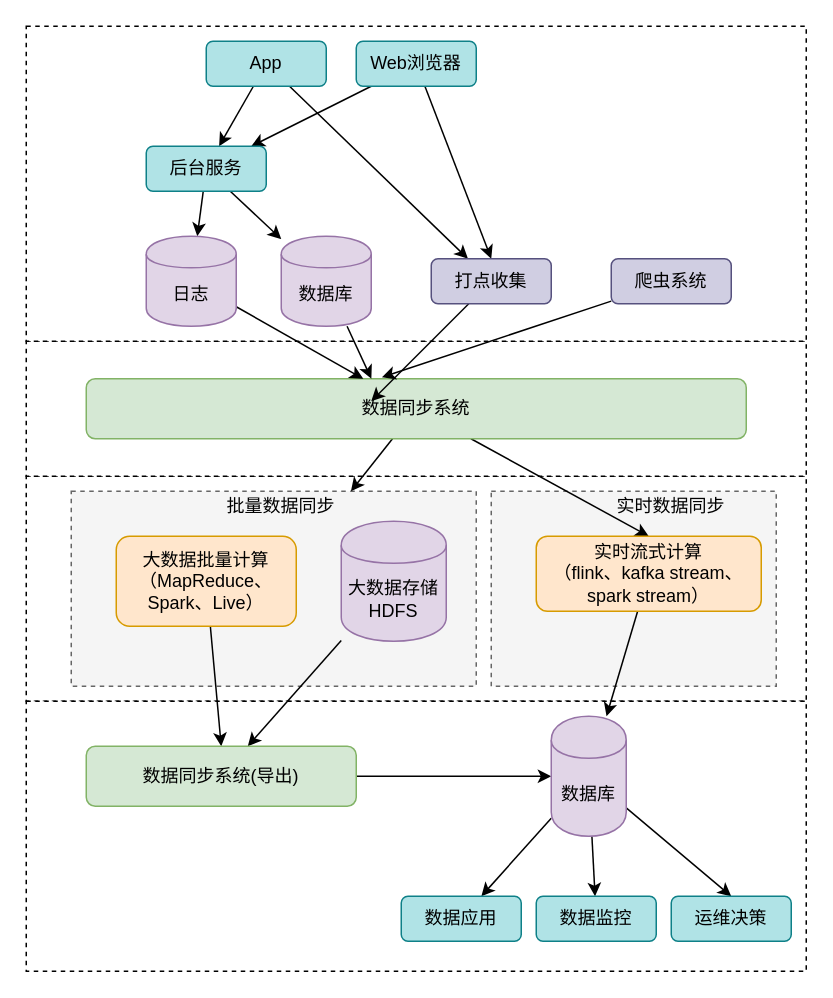
The draw.io diagram 大数据.drawio in shirdey/Document, before the edit. Source tidied: cells renumbered, new cells numbered last; positions are measured from the earlier drawing's top-left corner, leaving out a move shared by most shapes. Both pictures are drawn from the tidied source at 150%, with x=0, y=0 at pixel (26, 26).
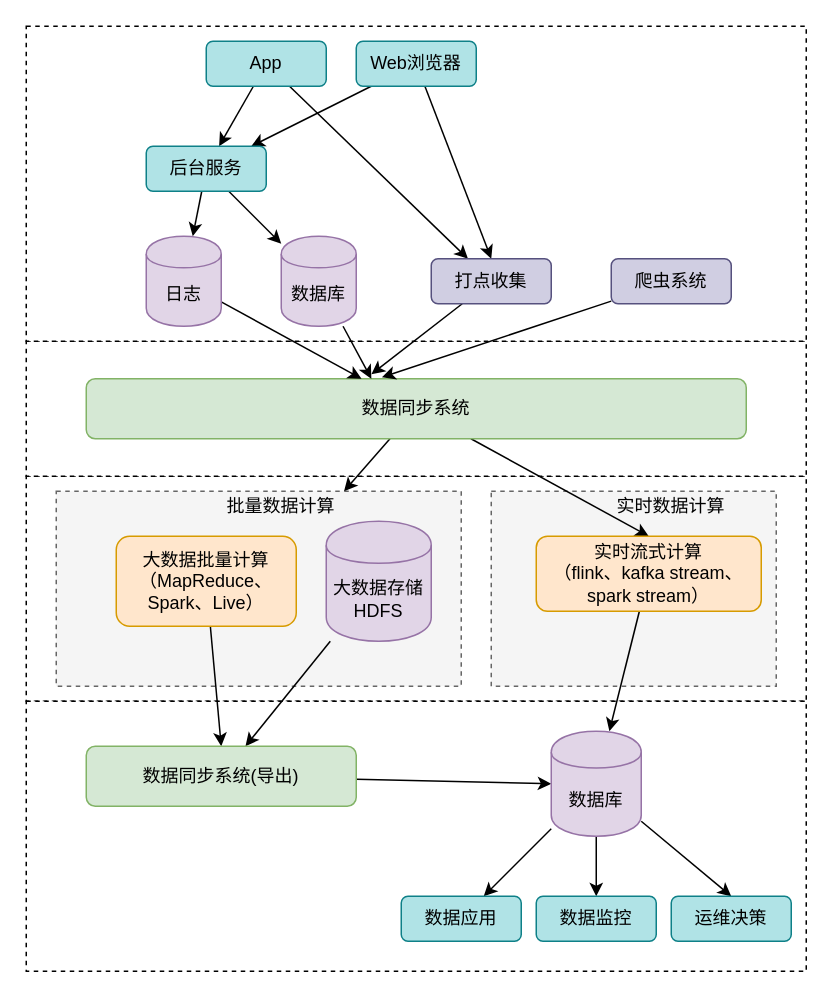
The same page after the edit.

The change refers to these unchanged cells:
```xml
<mxCell id="10" value="数据同步系统" style="rounded=1;whiteSpace=wrap;html=1;fillColor=#d5e8d4;strokeColor=#82b366;" parent="1" vertex="1">
  <mxGeometry x="40" y="235" width="440" height="40" as="geometry" />
</mxCell>
<mxCell id="21" value="打点收集" style="rounded=1;whiteSpace=wrap;html=1;fillColor=#d0cee2;strokeColor=#56517e;" parent="1" vertex="1">
  <mxGeometry x="270" y="155" width="80" height="30" as="geometry" />
</mxCell>
```

Diff of the diagram source:
```diff
@@
     <mxCell id="4" style="rounded=0;whiteSpace=wrap;html=1;dashed=1;fillColor=#f5f5f5;strokeColor=#666666;fontColor=#333333;" parent="1" vertex="1">
-      <mxGeometry x="30" y="310" width="270" height="130" as="geometry" />
+      <mxGeometry x="20" y="310" width="270" height="130" as="geometry" />
     </mxCell>
@@
-    <mxCell id="20" style="edgeStyle=none;rounded=0;jettySize=auto;html=1;" parent="1" edge="1" source="21">
-      <mxGeometry relative="1" as="geometry">
-        <mxPoint x="230" y="250" as="targetPoint" />
-      </mxGeometry>
+    <mxCell id="20" style="edgeStyle=none;rounded=0;jettySize=auto;html=1;entryX=0.432;entryY=-0.075;entryDx=0;entryDy=0;entryPerimeter=0;" parent="1" edge="1" source="21" target="10">
+      <mxGeometry relative="1" as="geometry" />
     </mxCell>
@@
     <mxCell id="23" value="日志" style="shape=cylinder;whiteSpace=wrap;html=1;boundedLbl=1;backgroundOutline=1;fillColor=#e1d5e7;strokeColor=#9673a6;" parent="1" vertex="1">
-      <mxGeometry x="80" y="140" width="60" height="60" as="geometry" />
+      <mxGeometry x="80" y="140" width="50" height="60" as="geometry" />
     </mxCell>
@@
     <mxCell id="25" value="数据库" style="shape=cylinder;whiteSpace=wrap;html=1;boundedLbl=1;backgroundOutline=1;fillColor=#e1d5e7;strokeColor=#9673a6;" parent="1" vertex="1">
-      <mxGeometry x="170" y="140" width="60" height="60" as="geometry" />
+      <mxGeometry x="170" y="140" width="50" height="60" as="geometry" />
     </mxCell>
@@
     <mxCell id="29" value="大数据存储&lt;br&gt;HDFS" style="shape=cylinder;whiteSpace=wrap;html=1;boundedLbl=1;backgroundOutline=1;fillColor=#e1d5e7;strokeColor=#9673a6;" parent="1" vertex="1">
-      <mxGeometry x="210" y="330" width="70" height="80" as="geometry" />
+      <mxGeometry x="200" y="330" width="70" height="80" as="geometry" />
     </mxCell>
@@
     <mxCell id="39" value="数据库" style="shape=cylinder;whiteSpace=wrap;html=1;boundedLbl=1;backgroundOutline=1;fillColor=#e1d5e7;strokeColor=#9673a6;" parent="1" vertex="1">
-      <mxGeometry x="350" y="460" width="50" height="80" as="geometry" />
+      <mxGeometry x="350" y="470" width="60" height="70" as="geometry" />
     </mxCell>
@@
-    <mxCell id="43" value="批量数据同步" style="text;html=1;strokeColor=none;fillColor=none;align=center;verticalAlign=middle;whiteSpace=wrap;rounded=0;dashed=1;" parent="1" vertex="1">
+    <mxCell id="43" value="批量数据计算" style="text;html=1;strokeColor=none;fillColor=none;align=center;verticalAlign=middle;whiteSpace=wrap;rounded=0;dashed=1;" parent="1" vertex="1">
       <mxGeometry x="130" y="310" width="80" height="20" as="geometry" />
     </mxCell>
-    <mxCell id="44" value="实时数据同步" style="text;html=1;strokeColor=none;fillColor=none;align=center;verticalAlign=middle;whiteSpace=wrap;rounded=0;dashed=1;" parent="1" vertex="1">
+    <mxCell id="44" value="实时数据计算" style="text;html=1;strokeColor=none;fillColor=none;align=center;verticalAlign=middle;whiteSpace=wrap;rounded=0;dashed=1;" parent="1" vertex="1">
       <mxGeometry x="390" y="310" width="80" height="20" as="geometry" />
     </mxCell>
```
